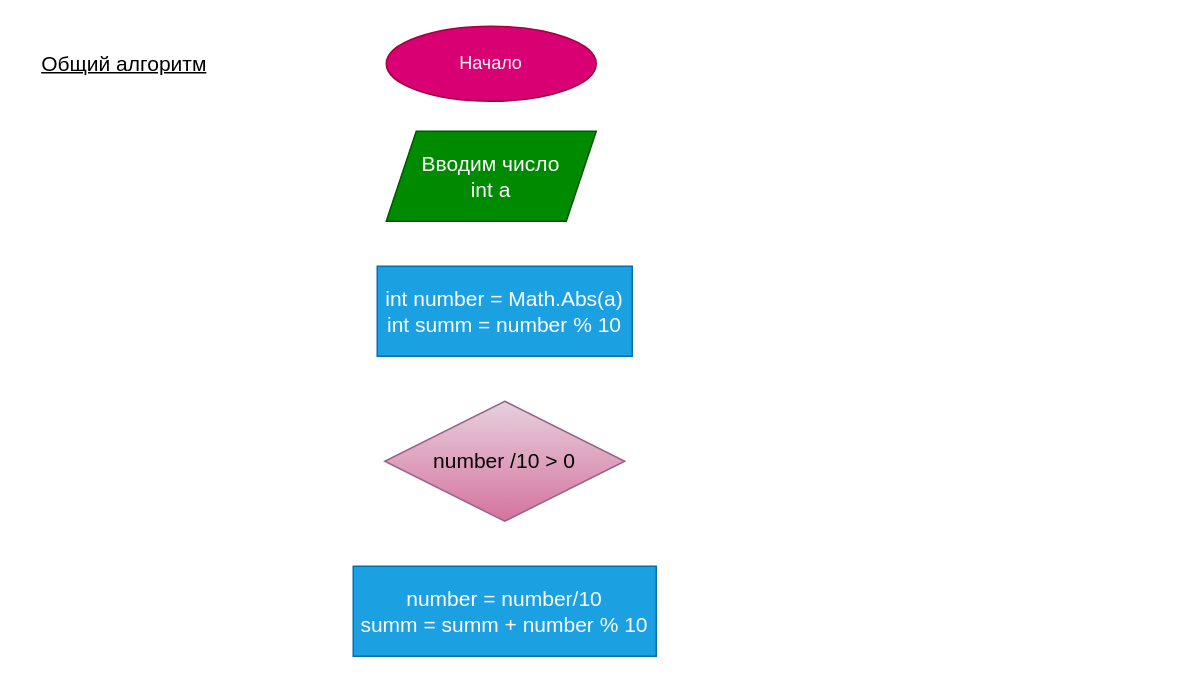
This is Ex20/Shema.drawio from AleksBe/CSharpDZ2, a draw.io file, before an edit. Source tidied: cells renumbered, new cells numbered last; positions are measured from the earlier drawing's top-left corner, leaving out a move shared by most shapes. Both pictures are drawn from the tidied source at 150%, with x=0, y=0 at pixel (26, 26).
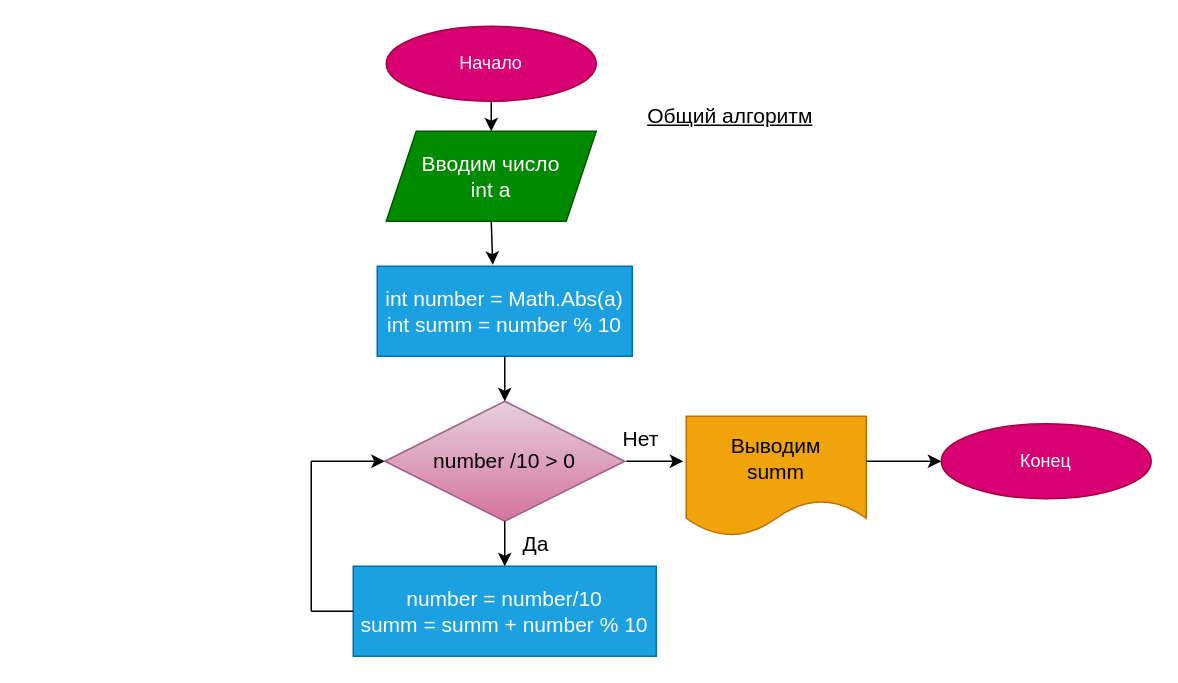
The same diagram, later.

Unchanged cells that the change refers to:
```xml
<mxCell id="2" value="Начало" style="ellipse;whiteSpace=wrap;html=1;fillColor=#d80073;fontColor=#ffffff;strokeColor=#A50040;" parent="1" vertex="1">
  <mxGeometry x="240" width="140" height="50" as="geometry" />
</mxCell>
<mxCell id="4" value="Вводим число&lt;br&gt;int a" style="shape=parallelogram;perimeter=parallelogramPerimeter;whiteSpace=wrap;html=1;fixedSize=1;fontSize=14;fillColor=#008a00;fontColor=#ffffff;strokeColor=#005700;" parent="1" vertex="1">
  <mxGeometry x="240" y="70" width="140" height="60" as="geometry" />
</mxCell>
<mxCell id="5" value="int number = Math.Abs(a)&lt;br&gt;int summ = number % 10" style="rounded=0;whiteSpace=wrap;html=1;fontSize=14;fillColor=#1ba1e2;fontColor=#ffffff;strokeColor=#006EAF;" parent="1" vertex="1">
  <mxGeometry x="234" y="160" width="170" height="60" as="geometry" />
</mxCell>
<mxCell id="6" value="number /10 &amp;gt; 0" style="rhombus;whiteSpace=wrap;html=1;fontSize=14;fillColor=#e6d0de;strokeColor=#996185;gradientColor=#d5739d;" parent="1" vertex="1">
  <mxGeometry x="239" y="250" width="160" height="80" as="geometry" />
</mxCell>
<mxCell id="7" value="number = number/10&lt;br&gt;summ = summ + number % 10" style="rounded=0;whiteSpace=wrap;html=1;fontSize=14;fillColor=#1ba1e2;fontColor=#ffffff;strokeColor=#006EAF;" parent="1" vertex="1">
  <mxGeometry x="218" y="360" width="202" height="60" as="geometry" />
</mxCell>
```

Change to the diagram source:
```diff
@@
     <mxCell id="3" value="&lt;font style=&quot;font-size: 14px&quot;&gt;&lt;u&gt;Общий алгоритм&lt;/u&gt;&lt;/font&gt;" style="text;html=1;align=center;verticalAlign=middle;strokeColor=none;fillColor=none;" parent="1" vertex="1">
-      <mxGeometry y="15" width="130" height="20" as="geometry" />
+      <mxGeometry x="404" y="50" width="130" height="20" as="geometry" />
     </mxCell>
@@
+    <mxCell id="8" value="Выводим&lt;br&gt;summ" style="shape=document;whiteSpace=wrap;html=1;boundedLbl=1;fontSize=14;fillColor=#f0a30a;fontColor=#000000;strokeColor=#BD7000;" parent="1" vertex="1">
+      <mxGeometry x="440" y="260" width="120" height="80" as="geometry" />
+    </mxCell>
+    <mxCell id="9" value="Конец" style="ellipse;whiteSpace=wrap;html=1;fillColor=#d80073;fontColor=#ffffff;strokeColor=#A50040;" parent="1" vertex="1">
+      <mxGeometry x="610" y="265" width="140" height="50" as="geometry" />
+    </mxCell>
+    <mxCell id="10" style="endArrow=classic;html=1;fontSize=14;exitX=0.5;exitY=1;exitDx=0;exitDy=0;entryX=0.5;entryY=0;entryDx=0;entryDy=0;" parent="1" edge="1" source="2" target="4">
+      <mxGeometry relative="1" as="geometry" />
+    </mxCell>
+    <mxCell id="11" style="endArrow=classic;html=1;fontSize=14;exitX=0.5;exitY=1;exitDx=0;exitDy=0;" parent="1" edge="1" source="4">
+      <mxGeometry relative="1" as="geometry">
+        <mxPoint x="311" y="159" as="targetPoint" />
+      </mxGeometry>
+    </mxCell>
+    <mxCell id="12" style="endArrow=classic;html=1;fontSize=14;exitX=0.5;exitY=1;exitDx=0;exitDy=0;entryX=0.5;entryY=0;entryDx=0;entryDy=0;" parent="1" edge="1" source="5" target="6">
+      <mxGeometry relative="1" as="geometry" />
+    </mxCell>
+    <mxCell id="13" style="endArrow=classic;html=1;fontSize=14;exitX=0.5;exitY=1;exitDx=0;exitDy=0;" parent="1" edge="1" source="6" target="7">
+      <mxGeometry relative="1" as="geometry" />
+    </mxCell>
+    <mxCell id="14" style="endArrow=classic;html=1;fontSize=14;entryX=-0.017;entryY=0.375;entryDx=0;entryDy=0;entryPerimeter=0;" parent="1" edge="1" target="8">
+      <mxGeometry relative="1" as="geometry">
+        <mxPoint x="400" y="290" as="sourcePoint" />
+      </mxGeometry>
+    </mxCell>
+    <mxCell id="15" style="endArrow=classic;html=1;fontSize=14;entryX=0;entryY=0.5;entryDx=0;entryDy=0;" parent="1" edge="1" target="9">
+      <mxGeometry relative="1" as="geometry">
+        <mxPoint x="560" y="290" as="sourcePoint" />
+      </mxGeometry>
+    </mxCell>
+    <mxCell id="16" style="endArrow=none;html=1;fontSize=14;exitX=0;exitY=0.5;exitDx=0;exitDy=0;" parent="1" edge="1" source="7">
+      <mxGeometry relative="1" as="geometry">
+        <mxPoint x="190" y="390" as="targetPoint" />
+      </mxGeometry>
+    </mxCell>
+    <mxCell id="17" style="endArrow=none;html=1;fontSize=14;" parent="1" edge="1">
+      <mxGeometry relative="1" as="geometry">
+        <mxPoint x="190" y="390" as="sourcePoint" />
+        <mxPoint x="190" y="290" as="targetPoint" />
+      </mxGeometry>
+    </mxCell>
+    <mxCell id="18" style="endArrow=classic;html=1;fontSize=14;entryX=0;entryY=0.5;entryDx=0;entryDy=0;" parent="1" edge="1" target="6">
+      <mxGeometry relative="1" as="geometry">
+        <mxPoint x="190" y="290" as="sourcePoint" />
+      </mxGeometry>
+    </mxCell>
+    <mxCell id="19" value="Да" style="text;html=1;strokeColor=none;fillColor=none;align=center;verticalAlign=middle;whiteSpace=wrap;rounded=0;fontSize=14;" parent="1" vertex="1">
+      <mxGeometry x="310" y="330" width="60" height="30" as="geometry" />
+    </mxCell>
+    <mxCell id="20" value="Нет" style="text;html=1;strokeColor=none;fillColor=none;align=center;verticalAlign=middle;whiteSpace=wrap;rounded=0;fontSize=14;" parent="1" vertex="1">
+      <mxGeometry x="380" y="260" width="60" height="30" as="geometry" />
+    </mxCell>
```
